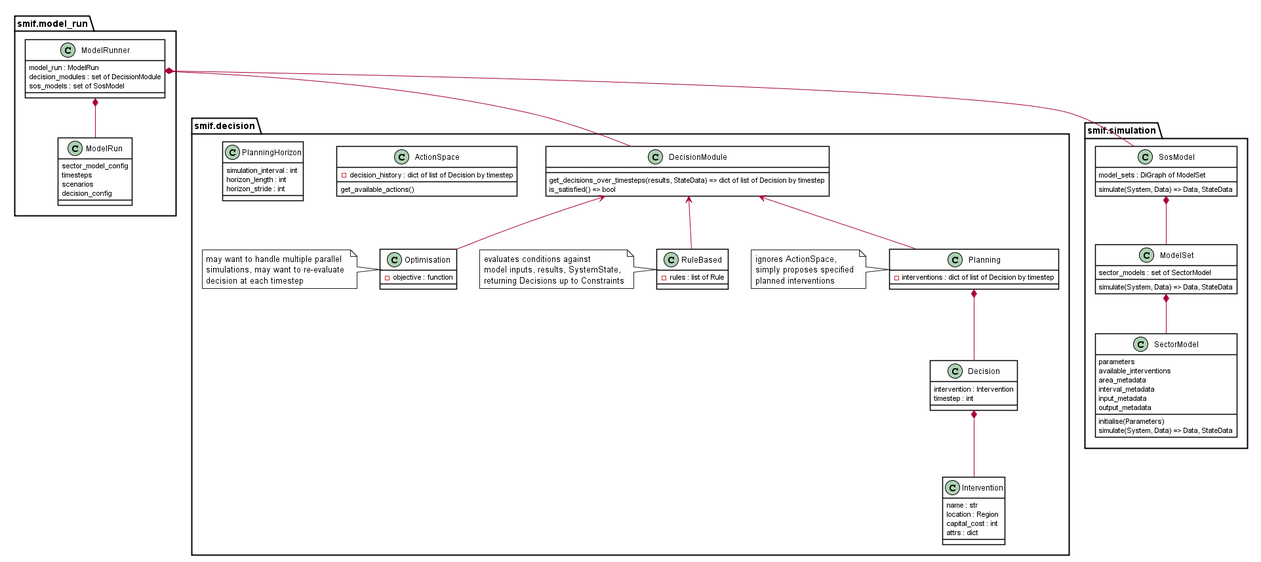
This is docs/uml/decision-simulation.png from nismod/smif, a PlantUML export, as it was before one commit. Its diagram source:
```plantuml
@startuml
skinparam {
  shadowing false
  classBackgroundColor white
  classBorderColor black
  noteBackgroundColor white
  noteBorderColor #222
}

package smif.model_run {
  class ModelRunner {
    model_run : ModelRun
    decision_modules : set of DecisionModule
    sos_models : set of SosModel
  }

  class ModelRun {
    sector_model_config
    timesteps
    scenarios
    decision_config
  }
  ModelRunner *-- ModelRun
}


package smif.decision {
  class DecisionModule {
    get_decisions_over_timesteps(results, StateData) => dict of list of Decision by timestep
    is_satisfied() => bool
  }

  ModelRunner *-- DecisionModule


  class Planning {
    -interventions : dict of list of Decision by timestep
  }
  note left: ignores ActionSpace, \nsimply proposes specified \nplanned interventions

  DecisionModule <-- Planning

  class Intervention {
    name : str
    location : Region
    capital_cost : int
    attrs : dict
  }

  Decision *-- Intervention

  class Decision {
    intervention : Intervention
    timestep : int
  }

  Planning *-- Decision

  class RuleBased {
    -rules : list of Rule
  }
  note left: evaluates conditions against \nmodel inputs, results, SystemState, \nreturning Decisions up to Constraints

  DecisionModule <-- RuleBased

  class Optimisation {
    -objective : function
  }
  note left: may want to handle multiple parallel \nsimulations, may want to re-evaluate \ndecision at each timestep

  DecisionModule <-- Optimisation

  class ActionSpace {
    -decision_history : dict of list of Decision by timestep
    get_available_actions()
  }

  class PlanningHorizon {
    simulation_interval : int
    horizon_length : int
    horizon_stride : int
  }
}

package smif.simulation {
  class SectorModel {
    parameters
    available_interventions
    area_metadata
    interval_metadata
    input_metadata
    output_metadata
    initialise(Parameters)
    simulate(System, Data) => Data, StateData
  }

  ModelSet *-- SectorModel

  class ModelSet {
    sector_models : set of SectorModel
    simulate(System, Data) => Data, StateData
  }

  SosModel *-- ModelSet

  class SosModel {
    model_sets : DiGraph of ModelSet
    simulate(System, Data) => Data, StateData
  }

  ModelRunner *-- SosModel
}
@enduml
```
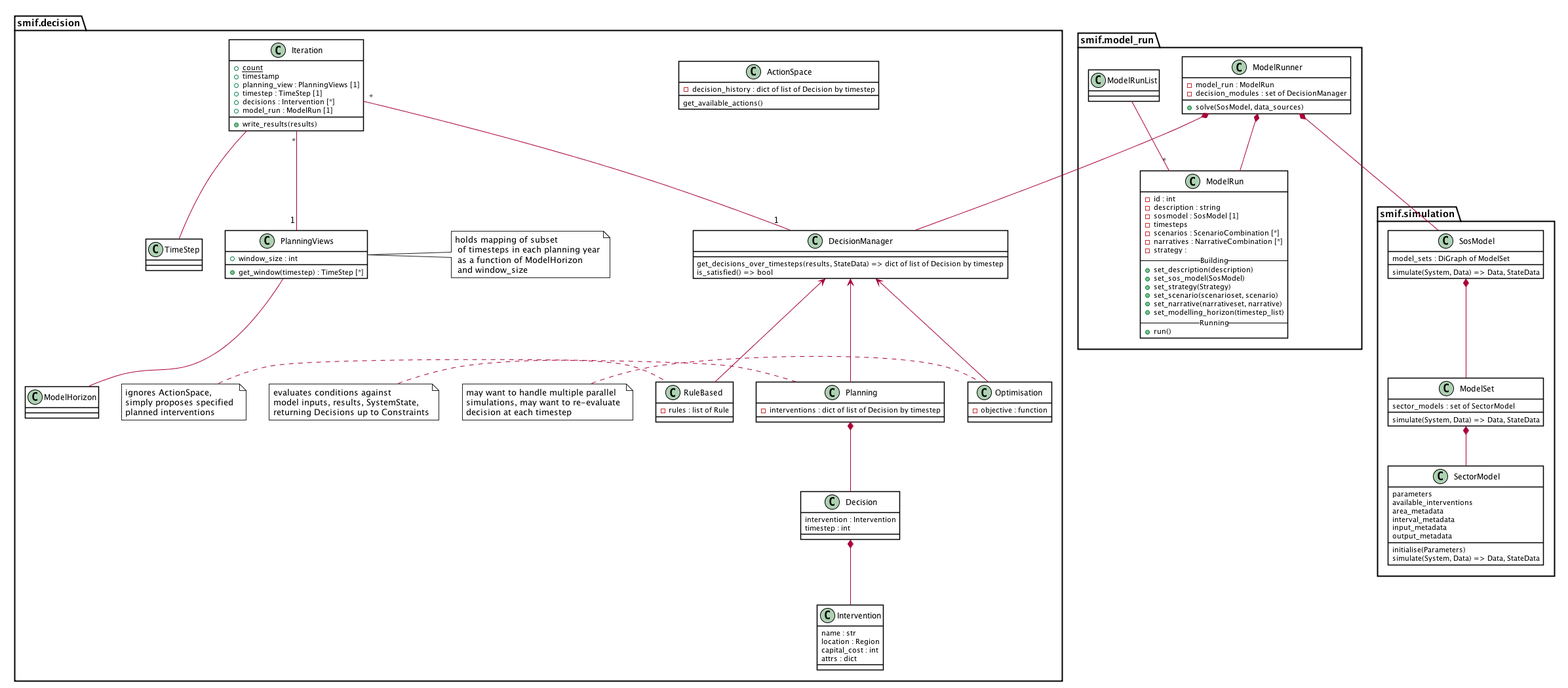
Later version of the same file.

The edit, as a diff of the source:
```diff
@@ -9,28 +9,42 @@
 
 package smif.model_run {
   class ModelRunner {
-    model_run : ModelRun
-    decision_modules : set of DecisionModule
-    sos_models : set of SosModel
+    - model_run : ModelRun
+    - decision_modules : set of DecisionManager
+    + solve(SosModel, data_sources)
   }
 
+  ModelRunList -- "*" ModelRun
   class ModelRun {
-    sector_model_config
-    timesteps
-    scenarios
-    decision_config
+    - id : int
+    - description : string
+    - sosmodel : SosModel [1]
+    - timesteps
+    - scenarios : ScenarioCombination [*]
+    - narratives : NarrativeCombination [*]
+    - strategy :
+    -- Building --
+    + set_description(description)
+    + set_sos_model(SosModel)
+    + set_strategy(Strategy)
+    + set_scenario(scenarioset, scenario)
+    + set_narrative(narrativeset, narrative)
+    + set_modelling_horizon(timestep_list)
+    -- Running --
+    + run()
+
   }
   ModelRunner *-- ModelRun
 }
 
 
 package smif.decision {
-  class DecisionModule {
+  class DecisionManager {
     get_decisions_over_timesteps(results, StateData) => dict of list of Decision by timestep
     is_satisfied() => bool
   }
 
-  ModelRunner *-- DecisionModule
+  ModelRunner *-- DecisionManager
 
 
   class Planning {
@@ -38,7 +52,7 @@
   }
   note left: ignores ActionSpace, \nsimply proposes specified \nplanned interventions
 
-  DecisionModule <-- Planning
+  DecisionManager <-- Planning
 
   class Intervention {
     name : str
@@ -61,25 +75,40 @@
   }
   note left: evaluates conditions against \nmodel inputs, results, SystemState, \nreturning Decisions up to Constraints
 
-  DecisionModule <-- RuleBased
+  DecisionManager <-- RuleBased
 
   class Optimisation {
     -objective : function
   }
   note left: may want to handle multiple parallel \nsimulations, may want to re-evaluate \ndecision at each timestep
 
-  DecisionModule <-- Optimisation
+  DecisionManager <-- Optimisation
 
   class ActionSpace {
     -decision_history : dict of list of Decision by timestep
     get_available_actions()
   }
 
-  class PlanningHorizon {
-    simulation_interval : int
-    horizon_length : int
-    horizon_stride : int
-  }
+PlanningViews -- ModelHorizon
+class PlanningViews {
+  + window_size : int
+  + get_window(timestep) : TimeStep [*]
+}
+note right of PlanningViews : holds mapping of subset\n of timesteps in each planning year\n as a function of ModelHorizon \n and window_size
+
+Iteration "*" -- "1" PlanningViews
+Iteration -- TimeStep
+Iteration "*" -- "1" DecisionManager
+class Iteration {
+  + {static} count
+  + timestamp
+  + planning_view : PlanningViews [1]
+  + timestep : TimeStep [1]
+  + decisions : Intervention [*]
+  + model_run : ModelRun [1]
+  + write_results(results)
+}
+
 }
 
 package smif.simulation {
```
